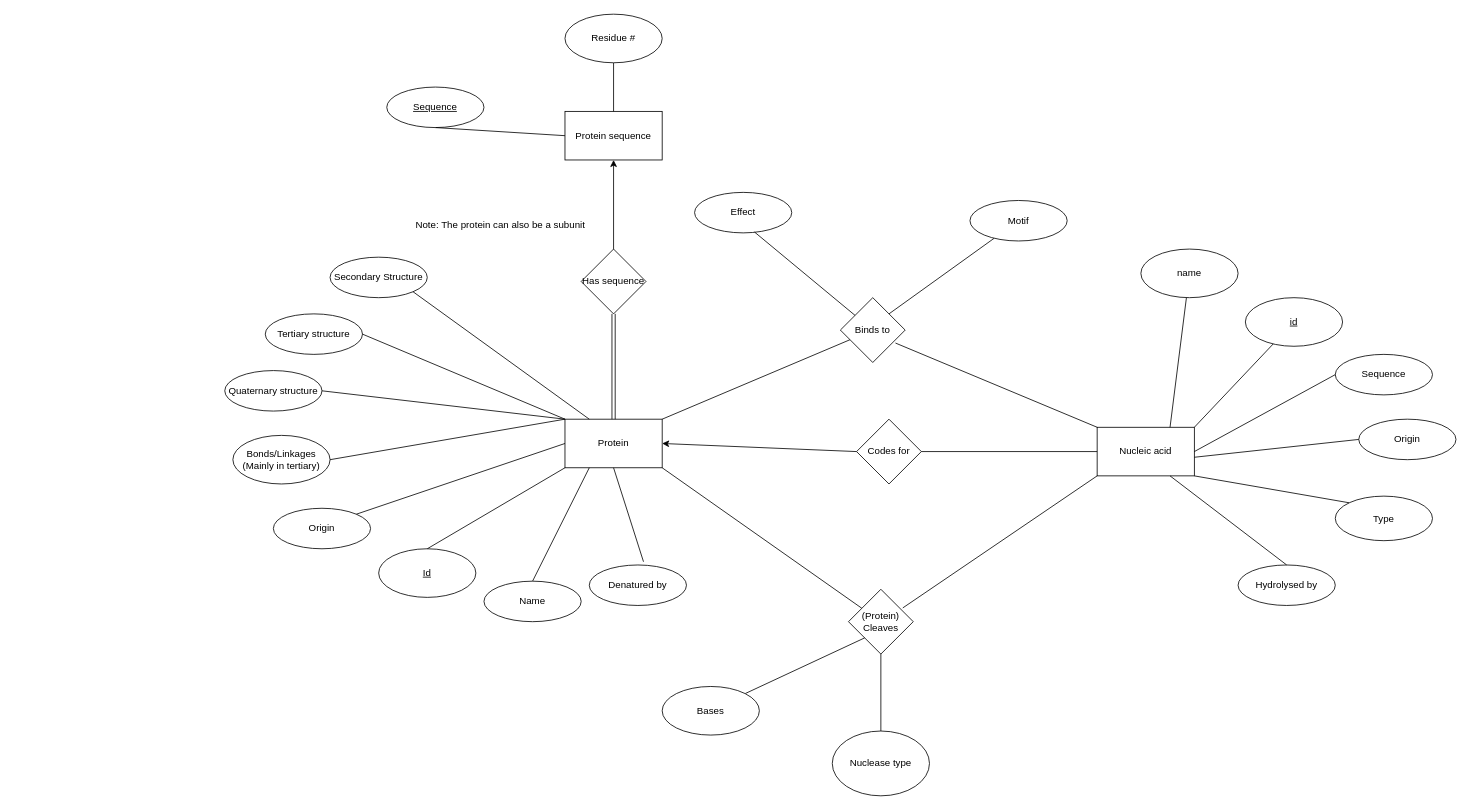
This is SQLDesign.drawio from darkhaze97/biological_systems, a draw.io file, before an edit. Source tidied: cells renumbered, new cells numbered last; positions are measured from the earlier drawing's top-left corner, leaving out a move shared by most shapes. Both pictures are drawn from the tidied source at 81%, with x=0, y=0 at pixel (224, 14).
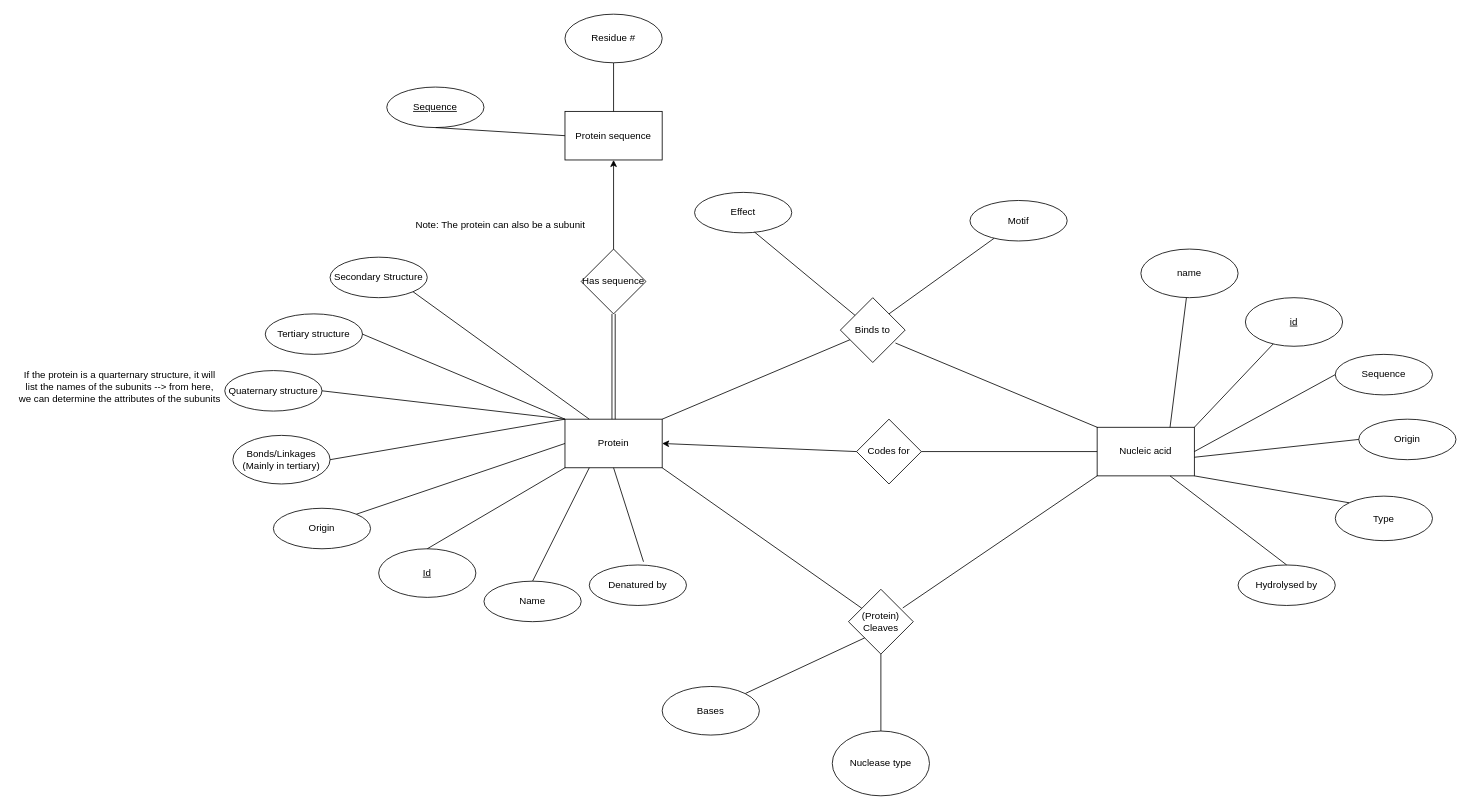
After the change.

Commit message:
Adding a note to the design of the database.

Change to the diagram source:
```diff
@@
+    <mxCell id="58" value="If the protein is a quarternary structure, it will&lt;br&gt;list the names of the subunits --&amp;gt; from here,&lt;br&gt;we can determine the attributes of the subunits" style="text;html=1;align=center;verticalAlign=middle;" parent="1" vertex="1">
+      <mxGeometry x="-260" y="435" width="260" height="50" as="geometry" />
+    </mxCell>
```
